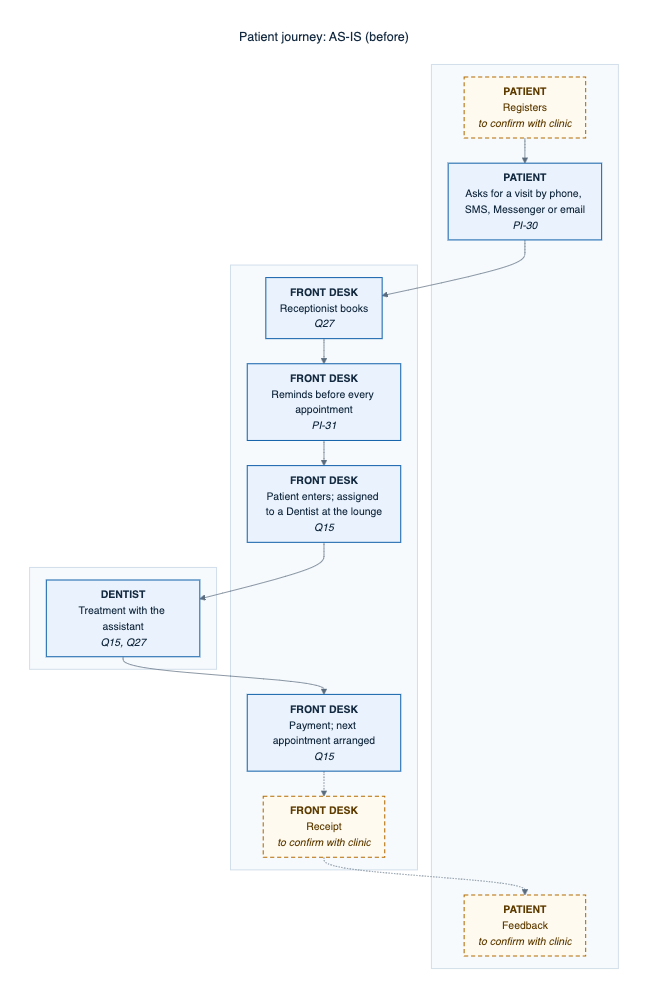
Before: docs/defense/diagrams/png/overview-as-is.png, a diagram exported from Mermaid (0phem/multibranch-dental-clinic). Its source is kept beside it as docs/defense/diagrams/overview-as-is.mmd. The source it was exported from:
```mermaid
---
title: "Patient journey: AS-IS (before)"
---
flowchart TB
    subgraph L0[" "]
    direction LR
      S0["<b>PATIENT</b><br/>Registers<br/><i>to confirm with clinic</i>"]:::confirm
      S1["<b>PATIENT</b><br/>Asks for a visit by phone, SMS, Messenger or email<br/><i>PI-30</i>"]:::cited
      S8["<b>PATIENT</b><br/>Feedback<br/><i>to confirm with clinic</i>"]:::confirm
    end
    subgraph L1[" "]
    direction LR
      S2["<b>FRONT DESK</b><br/>Receptionist books<br/><i>Q27</i>"]:::cited
      S3["<b>FRONT DESK</b><br/>Reminds before every appointment<br/><i>PI-31</i>"]:::cited
      S4["<b>FRONT DESK</b><br/>Patient enters; assigned to a Dentist at the lounge<br/><i>Q15</i>"]:::cited
      S6["<b>FRONT DESK</b><br/>Payment; next appointment arranged<br/><i>Q15</i>"]:::cited
      S7["<b>FRONT DESK</b><br/>Receipt<br/><i>to confirm with clinic</i>"]:::confirm
    end
    subgraph L2[" "]
    direction LR
      S5["<b>DENTIST</b><br/>Treatment with the assistant<br/><i>Q15, Q27</i>"]:::cited
    end
    S0 --> S1
    S1 --> S2
    S2 --> S3
    S3 --> S4
    S4 --> S5
    S5 --> S6
    S6 -.-> S7
    S7 -.-> S8
    classDef cited fill:#eaf3fd,stroke:#1865ac,color:#142a40,stroke-width:1.5px
    classDef confirm fill:#fffaf0,stroke:#b26a00,color:#5e3c00,stroke-width:1.5px,stroke-dasharray:6 4
    classDef auto fill:#e6f5ee,stroke:#0c7f75,color:#0f3d33,stroke-width:1.5px
    classDef manual fill:#eaf3fd,stroke:#1865ac,color:#142a40,stroke-width:1.5px
    classDef mock fill:#f3f5f7,stroke:#5a6b7d,color:#3a4e63,stroke-width:1.5px,stroke-dasharray:3 3
    classDef planned fill:#ffffff,stroke:#5a6b7d,color:#3a4e63,stroke-width:1.5px,stroke-dasharray:6 4
```
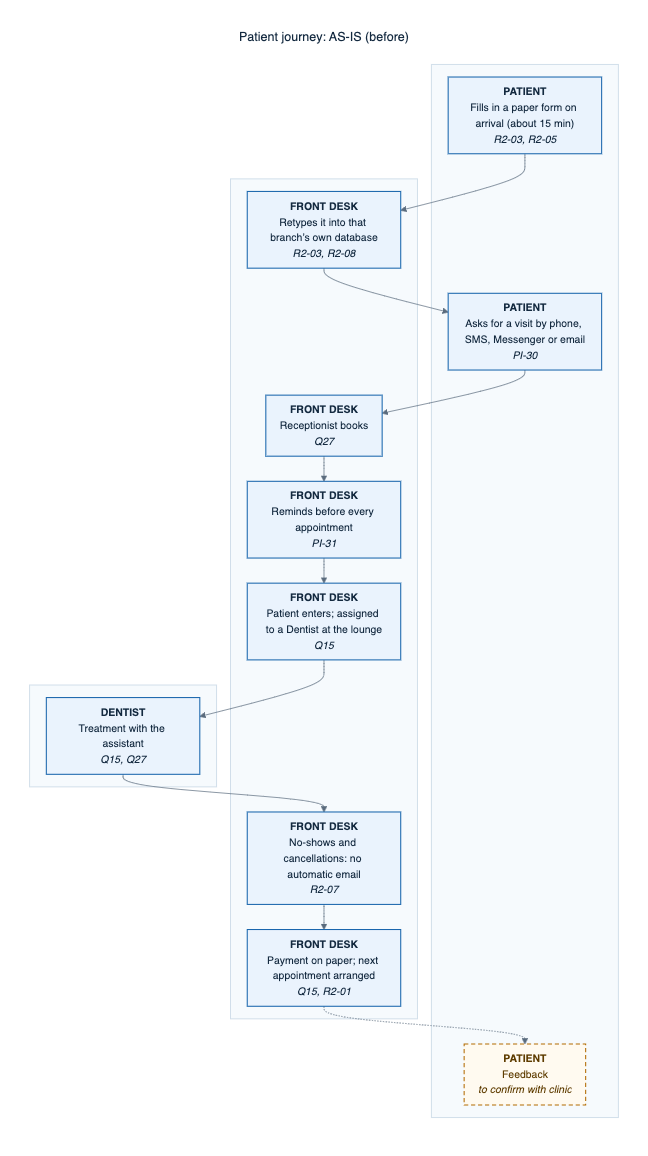
The same file after the commit.

What changed in the source:
```diff
@@ -4,21 +4,22 @@
 flowchart TB
     subgraph L0[" "]
     direction LR
-      S0["<b>PATIENT</b><br/>Registers<br/><i>to confirm with clinic</i>"]:::confirm
-      S1["<b>PATIENT</b><br/>Asks for a visit by phone, SMS, Messenger or email<br/><i>PI-30</i>"]:::cited
-      S8["<b>PATIENT</b><br/>Feedback<br/><i>to confirm with clinic</i>"]:::confirm
+      S0["<b>PATIENT</b><br/>Fills in a paper form on arrival (about 15 min)<br/><i>R2-03, R2-05</i>"]:::cited
+      S2["<b>PATIENT</b><br/>Asks for a visit by phone, SMS, Messenger or email<br/><i>PI-30</i>"]:::cited
+      S9["<b>PATIENT</b><br/>Feedback<br/><i>to confirm with clinic</i>"]:::confirm
     end
     subgraph L1[" "]
     direction LR
-      S2["<b>FRONT DESK</b><br/>Receptionist books<br/><i>Q27</i>"]:::cited
-      S3["<b>FRONT DESK</b><br/>Reminds before every appointment<br/><i>PI-31</i>"]:::cited
-      S4["<b>FRONT DESK</b><br/>Patient enters; assigned to a Dentist at the lounge<br/><i>Q15</i>"]:::cited
-      S6["<b>FRONT DESK</b><br/>Payment; next appointment arranged<br/><i>Q15</i>"]:::cited
-      S7["<b>FRONT DESK</b><br/>Receipt<br/><i>to confirm with clinic</i>"]:::confirm
+      S1["<b>FRONT DESK</b><br/>Retypes it into that branch’s own database<br/><i>R2-03, R2-08</i>"]:::cited
+      S3["<b>FRONT DESK</b><br/>Receptionist books<br/><i>Q27</i>"]:::cited
+      S4["<b>FRONT DESK</b><br/>Reminds before every appointment<br/><i>PI-31</i>"]:::cited
+      S5["<b>FRONT DESK</b><br/>Patient enters; assigned to a Dentist at the lounge<br/><i>Q15</i>"]:::cited
+      S7["<b>FRONT DESK</b><br/>No-shows and cancellations: no automatic email<br/><i>R2-07</i>"]:::cited
+      S8["<b>FRONT DESK</b><br/>Payment on paper; next appointment arranged<br/><i>Q15, R2-01</i>"]:::cited
     end
     subgraph L2[" "]
     direction LR
-      S5["<b>DENTIST</b><br/>Treatment with the assistant<br/><i>Q15, Q27</i>"]:::cited
+      S6["<b>DENTIST</b><br/>Treatment with the assistant<br/><i>Q15, Q27</i>"]:::cited
     end
     S0 --> S1
     S1 --> S2
@@ -26,8 +27,9 @@
     S3 --> S4
     S4 --> S5
     S5 --> S6
-    S6 -.-> S7
-    S7 -.-> S8
+    S6 --> S7
+    S7 --> S8
+    S8 -.-> S9
     classDef cited fill:#eaf3fd,stroke:#1865ac,color:#142a40,stroke-width:1.5px
     classDef confirm fill:#fffaf0,stroke:#b26a00,color:#5e3c00,stroke-width:1.5px,stroke-dasharray:6 4
     classDef auto fill:#e6f5ee,stroke:#0c7f75,color:#0f3d33,stroke-width:1.5px
```
